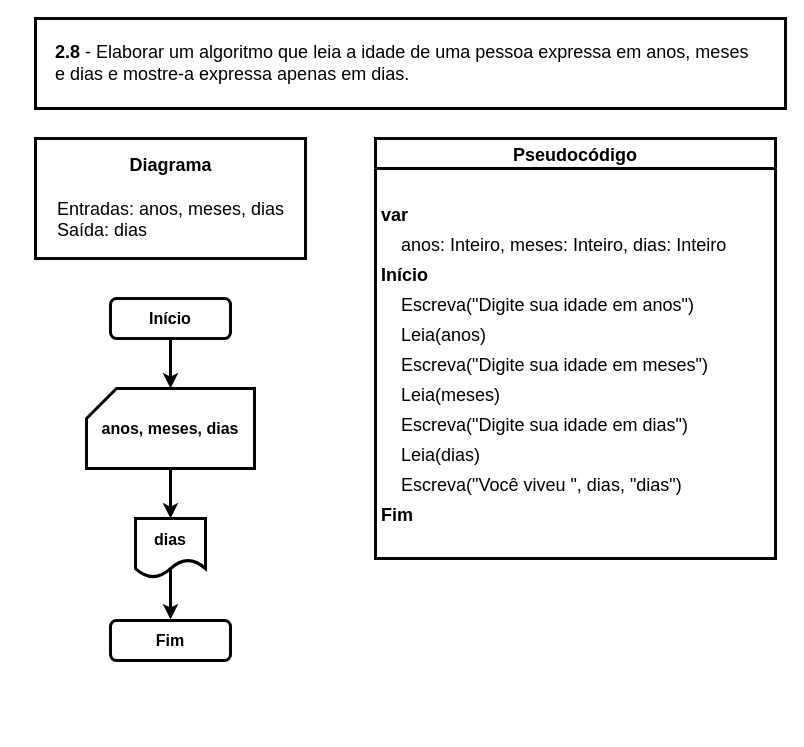
Earlier version of the draw.io diagram page "Ex. 2.8" (12 of 14) of exercicios.drawio (iSamekh/draw.io). Source tidied: cells renumbered, new cells numbered last; positions are measured from the earlier drawing's top-left corner, leaving out a move shared by most shapes. Both pictures are drawn from the tidied source at 100%, with x=0, y=0 at pixel (35, 18).
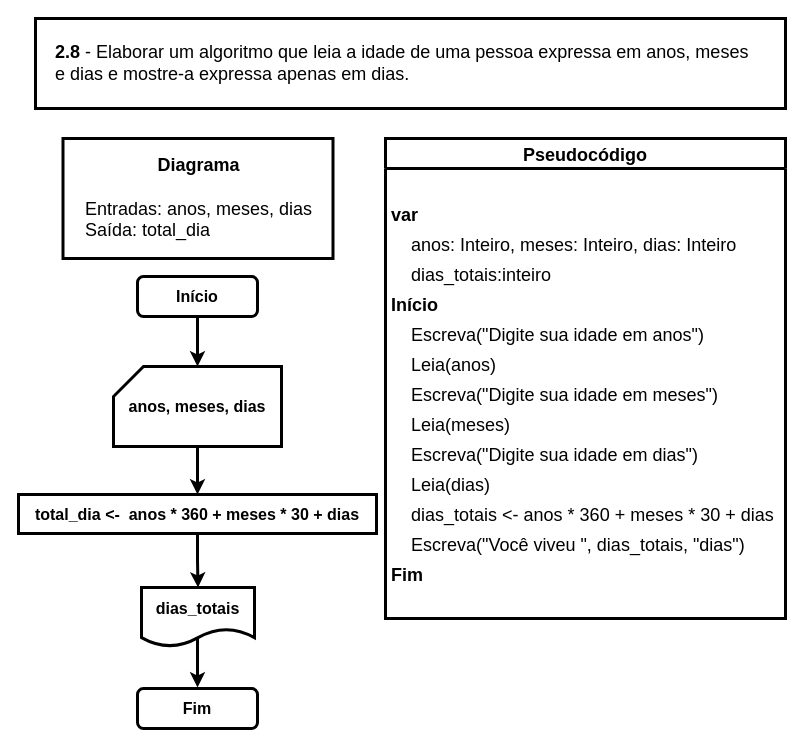
Above is the later version.

Diff of the diagram source:
```diff
@@
     <mxCell id="3" value="Início" style="rounded=1;whiteSpace=wrap;html=1;fontSize=16;glass=0;strokeWidth=3;shadow=0;fontStyle=1;" parent="1" vertex="1">
-      <mxGeometry x="75" y="280" width="120" height="40" as="geometry" />
+      <mxGeometry x="102" y="258" width="120" height="40" as="geometry" />
     </mxCell>
     <mxCell id="4" value="Fim" style="rounded=1;whiteSpace=wrap;html=1;fontSize=16;glass=0;strokeWidth=3;shadow=0;fontStyle=1;" parent="1" vertex="1">
-      <mxGeometry x="75" y="602" width="120" height="40" as="geometry" />
+      <mxGeometry x="102" y="670" width="120" height="40" as="geometry" />
     </mxCell>
     <mxCell id="5" style="edgeStyle=orthogonalEdgeStyle;rounded=0;orthogonalLoop=1;jettySize=auto;html=1;fontSize=16;fontColor=#0F0F0F;strokeWidth=3;" parent="1" edge="1">
       <mxGeometry relative="1" as="geometry">
-        <mxPoint x="135" y="551" as="sourcePoint" />
-        <mxPoint x="135" y="601" as="targetPoint" />
+        <mxPoint x="162" y="619" as="sourcePoint" />
+        <mxPoint x="162" y="669" as="targetPoint" />
       </mxGeometry>
     </mxCell>
-    <mxCell id="6" value="dias" style="shape=document;whiteSpace=wrap;html=1;boundedLbl=1;fontStyle=1;fontSize=16;strokeWidth=3;" parent="1" vertex="1">
-      <mxGeometry x="100" y="500" width="70" height="59" as="geometry" />
+    <mxCell id="6" value="dias_totais" style="shape=document;whiteSpace=wrap;html=1;boundedLbl=1;fontStyle=1;fontSize=16;strokeWidth=3;" parent="1" vertex="1">
+      <mxGeometry x="106" y="569" width="113" height="59" as="geometry" />
     </mxCell>
-    <mxCell id="7" style="edgeStyle=orthogonalEdgeStyle;rounded=0;jettySize=auto;html=1;strokeWidth=3;" parent="1" edge="1" source="8" target="6">
-      <mxGeometry relative="1" as="geometry" />
-    </mxCell>
+    <mxCell id="25" style="edgeStyle=orthogonalEdgeStyle;rounded=0;jettySize=auto;html=1;strokeWidth=3;" parent="1" edge="1" source="8" target="29">
+      <mxGeometry relative="1" as="geometry" />
+    </mxCell>
     <mxCell id="8" value="anos, meses, dias" style="shape=card;whiteSpace=wrap;html=1;fontStyle=1;fontSize=16;strokeWidth=3;" parent="1" vertex="1">
-      <mxGeometry x="51" y="370" width="168" height="80" as="geometry" />
+      <mxGeometry x="78" y="348" width="168" height="80" as="geometry" />
     </mxCell>
     <mxCell id="9" value="Pseudocódigo" style="swimlane;fontStyle=1;horizontal=1;startSize=30;rounded=0;shadow=0;labelBackgroundColor=#FFFFFF;labelBorderColor=none;sketch=0;fillStyle=auto;strokeColor=default;strokeWidth=3;fillColor=default;swimlaneLine=1;glass=0;arcSize=20;fontSize=18;spacing=10;" parent="1" vertex="1">
-      <mxGeometry x="340" y="120" width="400" height="420" as="geometry" />
+      <mxGeometry x="350" y="120" width="400" height="480" as="geometry" />
     </mxCell>
@@
+    <mxCell id="26" value="    dias_totais:inteiro" style="text;strokeColor=none;fillColor=none;align=left;verticalAlign=middle;spacingLeft=4;spacingRight=4;overflow=hidden;rounded=1;shadow=0;labelBackgroundColor=none;labelBorderColor=none;sketch=1;fillStyle=auto;strokeWidth=3;fontSize=18;" parent="9" vertex="1">
+      <mxGeometry y="120" width="400" height="30" as="geometry" />
+    </mxCell>
     <mxCell id="13" value="Início" style="text;strokeColor=none;fillColor=none;align=left;verticalAlign=middle;spacingLeft=4;spacingRight=4;overflow=hidden;rounded=1;shadow=0;labelBackgroundColor=none;labelBorderColor=none;sketch=1;fillStyle=auto;strokeWidth=3;fontStyle=1;fontSize=18;" parent="9" vertex="1">
-      <mxGeometry y="120" width="400" height="30" as="geometry" />
+      <mxGeometry y="150" width="400" height="30" as="geometry" />
     </mxCell>
     <mxCell id="14" value="     Escreva(&quot;Digite sua idade em anos&quot;)" style="text;strokeColor=none;fillColor=none;align=left;verticalAlign=middle;spacingLeft=4;spacingRight=4;overflow=hidden;rounded=1;shadow=0;labelBackgroundColor=none;labelBorderColor=none;sketch=1;fillStyle=auto;strokeWidth=3;fontStyle=0;fontSize=18;" parent="9" vertex="1">
-      <mxGeometry y="150" width="400" height="30" as="geometry" />
+      <mxGeometry y="180" width="400" height="30" as="geometry" />
     </mxCell>
     <mxCell id="15" value="     Leia(anos)" style="text;strokeColor=none;fillColor=none;align=left;verticalAlign=middle;spacingLeft=4;spacingRight=4;overflow=hidden;rounded=1;shadow=0;labelBackgroundColor=none;labelBorderColor=none;sketch=1;fillStyle=auto;strokeWidth=3;fontStyle=0;fontSize=18;" parent="9" vertex="1">
-      <mxGeometry y="180" width="400" height="30" as="geometry" />
+      <mxGeometry y="210" width="400" height="30" as="geometry" />
     </mxCell>
     <mxCell id="16" value="    Escreva(&quot;Digite sua idade em meses&quot;)" style="text;strokeColor=none;fillColor=none;align=left;verticalAlign=middle;spacingLeft=4;spacingRight=4;overflow=hidden;rounded=1;shadow=0;labelBackgroundColor=none;labelBorderColor=none;sketch=1;fillStyle=auto;strokeWidth=3;fontStyle=0;fontSize=18;" parent="9" vertex="1">
-      <mxGeometry y="210" width="400" height="30" as="geometry" />
+      <mxGeometry y="240" width="400" height="30" as="geometry" />
     </mxCell>
     <mxCell id="17" value="    Leia(meses)" style="text;strokeColor=none;fillColor=none;align=left;verticalAlign=middle;spacingLeft=4;spacingRight=4;overflow=hidden;rounded=1;shadow=0;labelBackgroundColor=none;labelBorderColor=none;sketch=1;fillStyle=auto;strokeWidth=3;fontStyle=0;fontSize=18;" parent="9" vertex="1">
-      <mxGeometry y="240" width="400" height="30" as="geometry" />
+      <mxGeometry y="270" width="400" height="30" as="geometry" />
     </mxCell>
     <mxCell id="18" value="     Escreva(&quot;Digite sua idade em dias&quot;)" style="text;strokeColor=none;fillColor=none;align=left;verticalAlign=middle;spacingLeft=4;spacingRight=4;overflow=hidden;rounded=1;shadow=0;labelBackgroundColor=none;labelBorderColor=none;sketch=1;fillStyle=auto;strokeWidth=3;fontStyle=0;fontSize=18;" parent="9" vertex="1">
-      <mxGeometry y="270" width="400" height="30" as="geometry" />
+      <mxGeometry y="300" width="400" height="30" as="geometry" />
     </mxCell>
     <mxCell id="19" value="    Leia(dias)" style="text;strokeColor=none;fillColor=none;align=left;verticalAlign=middle;spacingLeft=4;spacingRight=4;overflow=hidden;rounded=1;shadow=0;labelBackgroundColor=none;labelBorderColor=none;sketch=1;fillStyle=auto;strokeWidth=3;fontStyle=0;fontSize=18;" parent="9" vertex="1">
-      <mxGeometry y="300" width="400" height="30" as="geometry" />
+      <mxGeometry y="330" width="400" height="30" as="geometry" />
     </mxCell>
+    <mxCell id="27" value="    dias_totais &lt;- anos * 360 + meses * 30 + dias" style="text;strokeColor=none;fillColor=none;align=left;verticalAlign=middle;spacingLeft=4;spacingRight=4;overflow=hidden;rounded=1;shadow=0;labelBackgroundColor=none;labelBorderColor=none;sketch=1;fillStyle=auto;strokeWidth=3;fontStyle=0;fontSize=18;" parent="9" vertex="1">
+      <mxGeometry y="360" width="400" height="30" as="geometry" />
+    </mxCell>
-    <mxCell id="20" value="    Escreva(&quot;Você viveu &quot;, dias, &quot;dias&quot;)" style="text;strokeColor=none;fillColor=none;align=left;verticalAlign=middle;spacingLeft=4;spacingRight=4;overflow=hidden;rounded=1;shadow=0;labelBackgroundColor=none;labelBorderColor=none;sketch=1;fillStyle=auto;strokeWidth=3;fontStyle=0;fontSize=18;" parent="9" vertex="1">
-      <mxGeometry y="330" width="400" height="30" as="geometry" />
+    <mxCell id="20" value="    Escreva(&quot;Você viveu &quot;, dias_totais, &quot;dias&quot;)" style="text;strokeColor=none;fillColor=none;align=left;verticalAlign=middle;spacingLeft=4;spacingRight=4;overflow=hidden;rounded=1;shadow=0;labelBackgroundColor=none;labelBorderColor=none;sketch=1;fillStyle=auto;strokeWidth=3;fontStyle=0;fontSize=18;" parent="9" vertex="1">
+      <mxGeometry y="390" width="400" height="30" as="geometry" />
     </mxCell>
     <mxCell id="21" value="Fim" style="text;strokeColor=none;fillColor=none;align=left;verticalAlign=middle;spacingLeft=4;spacingRight=4;overflow=hidden;rounded=1;shadow=0;labelBackgroundColor=none;labelBorderColor=none;sketch=1;fillStyle=auto;strokeWidth=3;fontStyle=1;fontSize=18;" parent="9" vertex="1">
-      <mxGeometry y="360" width="400" height="30" as="geometry" />
+      <mxGeometry y="420" width="400" height="30" as="geometry" />
     </mxCell>
     <mxCell id="22" style="text;strokeColor=none;fillColor=none;align=left;verticalAlign=middle;spacingLeft=4;spacingRight=4;overflow=hidden;rounded=1;shadow=0;labelBackgroundColor=none;labelBorderColor=none;sketch=1;fillStyle=auto;strokeWidth=3;fontStyle=1;fontSize=18;" parent="9" vertex="1">
-      <mxGeometry y="390" width="400" height="30" as="geometry" />
+      <mxGeometry y="450" width="400" height="30" as="geometry" />
     </mxCell>
-    <mxCell id="23" value="&lt;font style=&quot;font-size: 18px;&quot;&gt;&lt;b style=&quot;font-size: 18px;&quot;&gt;Diagrama&lt;br&gt;&lt;/b&gt;&lt;br style=&quot;font-size: 18px;&quot;&gt;&lt;div style=&quot;text-align: left; font-size: 18px;&quot;&gt;&lt;span style=&quot;font-size: 18px;&quot;&gt;&lt;font style=&quot;font-size: 18px;&quot;&gt;Entradas: anos, meses, dias&lt;/font&gt;&lt;/span&gt;&lt;/div&gt;&lt;div style=&quot;text-align: left; font-size: 18px;&quot;&gt;Saída: dias&lt;/div&gt;&lt;/font&gt;" style="text;html=1;align=center;verticalAlign=middle;fillColor=default;strokeColor=default;rounded=0;shadow=0;glass=0;labelBackgroundColor=#FFFFFF;labelBorderColor=none;sketch=0;fillStyle=auto;strokeWidth=3;fontSize=18;spacing=10;" parent="1" vertex="1">
-      <mxGeometry y="120" width="270" height="120" as="geometry" />
+    <mxCell id="23" value="&lt;font style=&quot;font-size: 18px;&quot;&gt;&lt;b style=&quot;font-size: 18px;&quot;&gt;Diagrama&lt;br&gt;&lt;/b&gt;&lt;br style=&quot;font-size: 18px;&quot;&gt;&lt;div style=&quot;text-align: left; font-size: 18px;&quot;&gt;&lt;span style=&quot;font-size: 18px;&quot;&gt;&lt;font style=&quot;font-size: 18px;&quot;&gt;Entradas: anos, meses, dias&lt;/font&gt;&lt;/span&gt;&lt;/div&gt;&lt;div style=&quot;text-align: left; font-size: 18px;&quot;&gt;Saída: total_dia&lt;/div&gt;&lt;/font&gt;" style="text;html=1;align=center;verticalAlign=middle;fillColor=default;strokeColor=default;rounded=0;shadow=0;glass=0;labelBackgroundColor=#FFFFFF;labelBorderColor=none;sketch=0;fillStyle=auto;strokeWidth=3;fontSize=18;spacing=10;" parent="1" vertex="1">
+      <mxGeometry x="27.5" y="120" width="270" height="120" as="geometry" />
     </mxCell>
@@
+    <mxCell id="28" style="edgeStyle=orthogonalEdgeStyle;rounded=0;jettySize=auto;html=1;strokeWidth=3;" parent="1" edge="1" source="29" target="6">
+      <mxGeometry relative="1" as="geometry" />
+    </mxCell>
+    <mxCell id="29" value="total_dia &amp;lt;-&amp;nbsp; anos * 360 + meses * 30 + dias" style="rounded=0;whiteSpace=wrap;html=1;fontStyle=1;fontSize=16;strokeWidth=3;" parent="1" vertex="1">
+      <mxGeometry x="-17" y="476" width="358" height="39" as="geometry" />
+    </mxCell>
```
